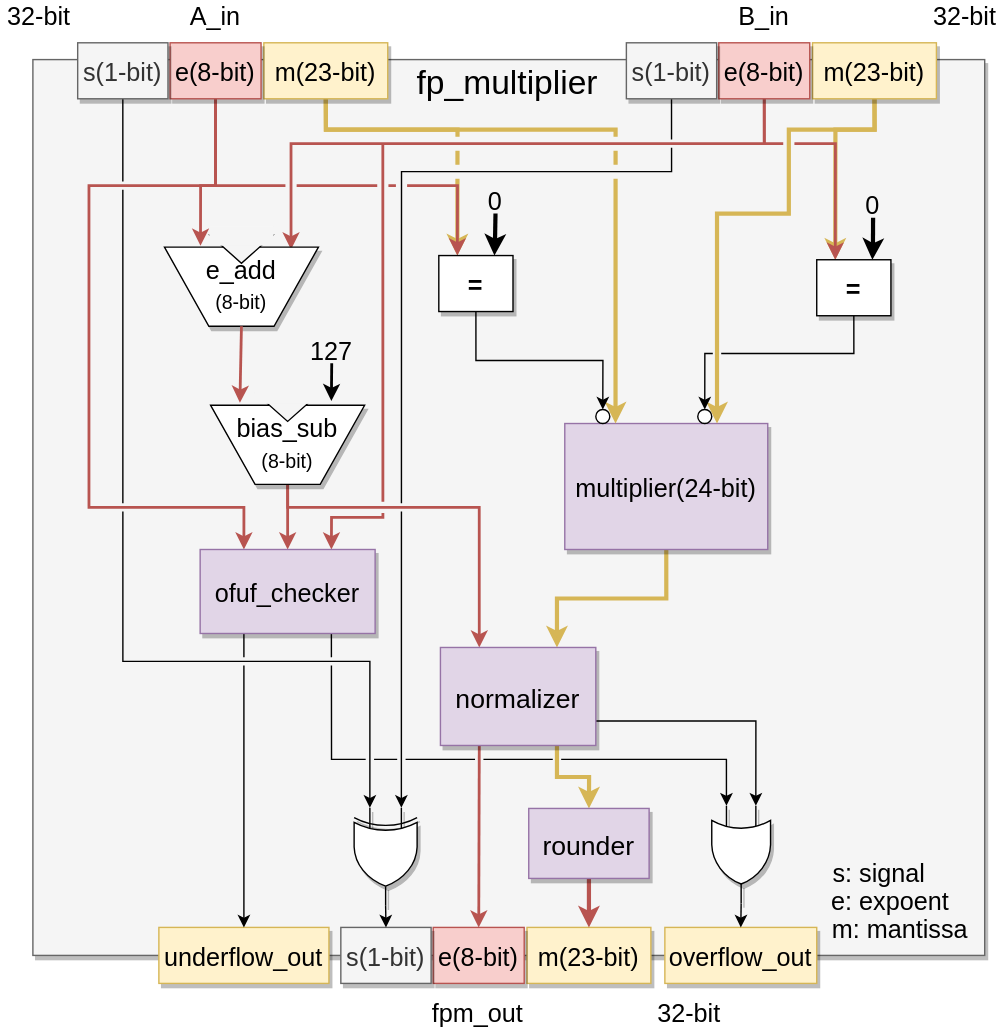
UandersonSilva/floating_point keeps this draw.io diagram as alib/fp_multiplier_structure.svg. Above is the earlier version. Source tidied: cells renumbered, new cells last; positions are measured from the earlier drawing's top-left corner, leaving out a move shared by most shapes.
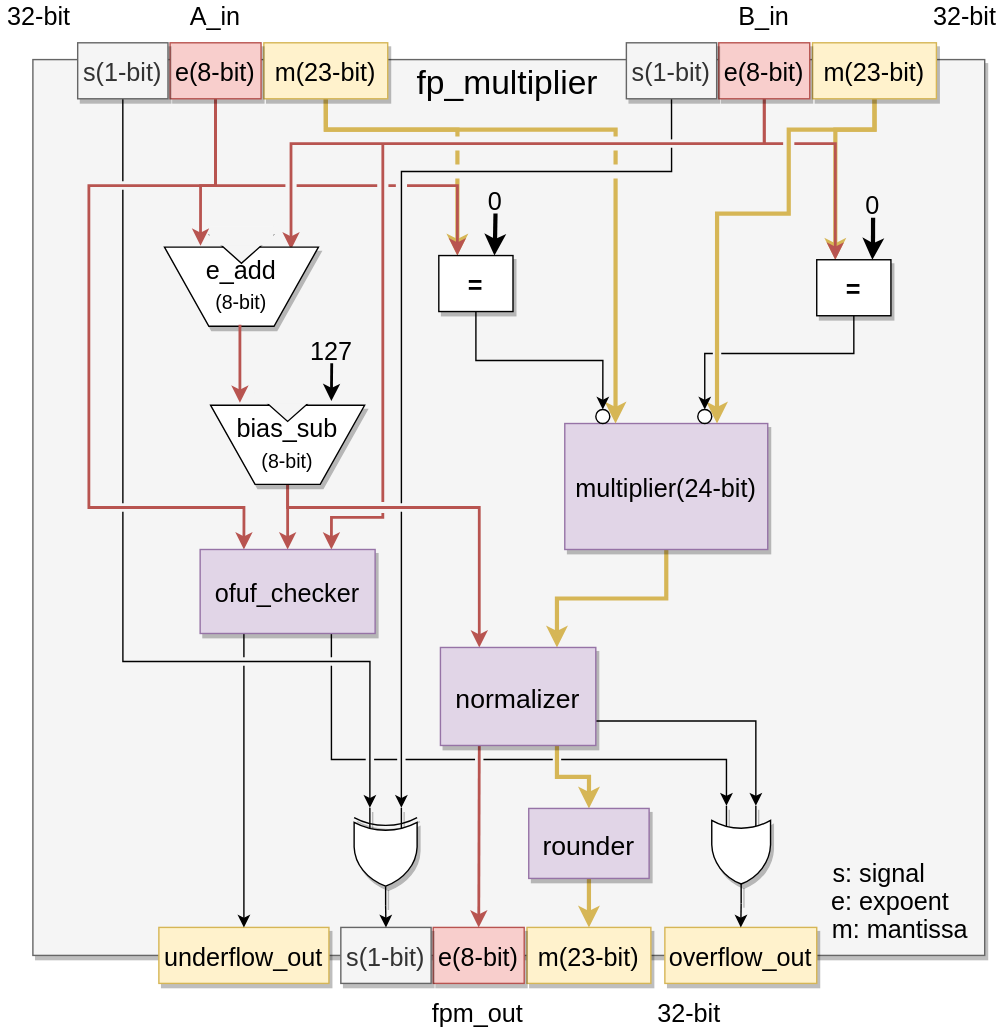
Above is the later version.

Commit message:
bus color corrected.

Change to the diagram source:
```diff
@@ -196,7 +196,7 @@
     <mxCell id="41" value="m: mantissa" style="text;strokeColor=none;fillColor=none;align=center;verticalAlign=middle;rounded=0;fontSize=18;" parent="1" vertex="1">
       <mxGeometry x="590" y="652" width="105.5" height="20" as="geometry" />
     </mxCell>
-    <mxCell id="42" style="edgeStyle=orthogonalEdgeStyle;rounded=0;jettySize=auto;html=1;exitX=0.5;exitY=1;exitDx=0;exitDy=0;entryX=0.5;entryY=0;entryDx=0;entryDy=0;endSize=6;strokeWidth=3;fillColor=#f8cecc;strokeColor=#b85450;" parent="1" edge="1" source="43" target="30">
+    <mxCell id="42" style="edgeStyle=orthogonalEdgeStyle;rounded=0;jettySize=auto;html=1;exitX=0.5;exitY=1;exitDx=0;exitDy=0;entryX=0.5;entryY=0;entryDx=0;entryDy=0;endSize=6;strokeWidth=3;fillColor=#fff2cc;strokeColor=#d6b656;" parent="1" edge="1" source="43" target="30">
       <mxGeometry relative="1" as="geometry" />
     </mxCell>
     <mxCell id="43" value="rounder" style="shadow=1;fontSize=19;fillColor=#e1d5e7;strokeColor=#9673a6;" parent="1" vertex="1">
```
